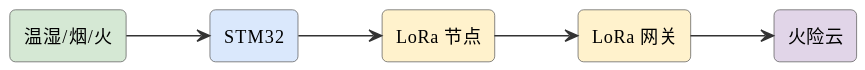
Before: assets/diagrams/ideas-fig40.svg, a diagram exported from PlantUML (mingyi0818/IntelligentMcuCourse).
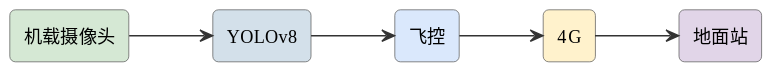
Above is the later version.

Diff of the diagram source:
```diff
@@ -6,13 +6,13 @@
 skinparam arrowFontSize 11
 skinparam arrowColor #333
 left to right direction
-rectangle "温湿/烟/火" as s #d5e8d4
-rectangle "STM32" as stm #dae8fc
-rectangle "LoRa 节点" as lora #fff2cc
-rectangle "LoRa 网关" as gw #fff2cc
-rectangle "火险云" as cloud #e1d5e8
-s --> stm
-stm --> lora
-lora --> gw
-gw --> cloud
+rectangle "机载摄像头" as cam #d5e8d4
+rectangle "YOLOv8" as ai #d3e0ea
+rectangle "飞控" as fc #dae8fc
+rectangle "4G" as g #fff2cc
+rectangle "地面站" as gs #e1d5e8
+cam --> ai
+ai --> fc
+fc --> g
+g --> gs
 @enduml
```
